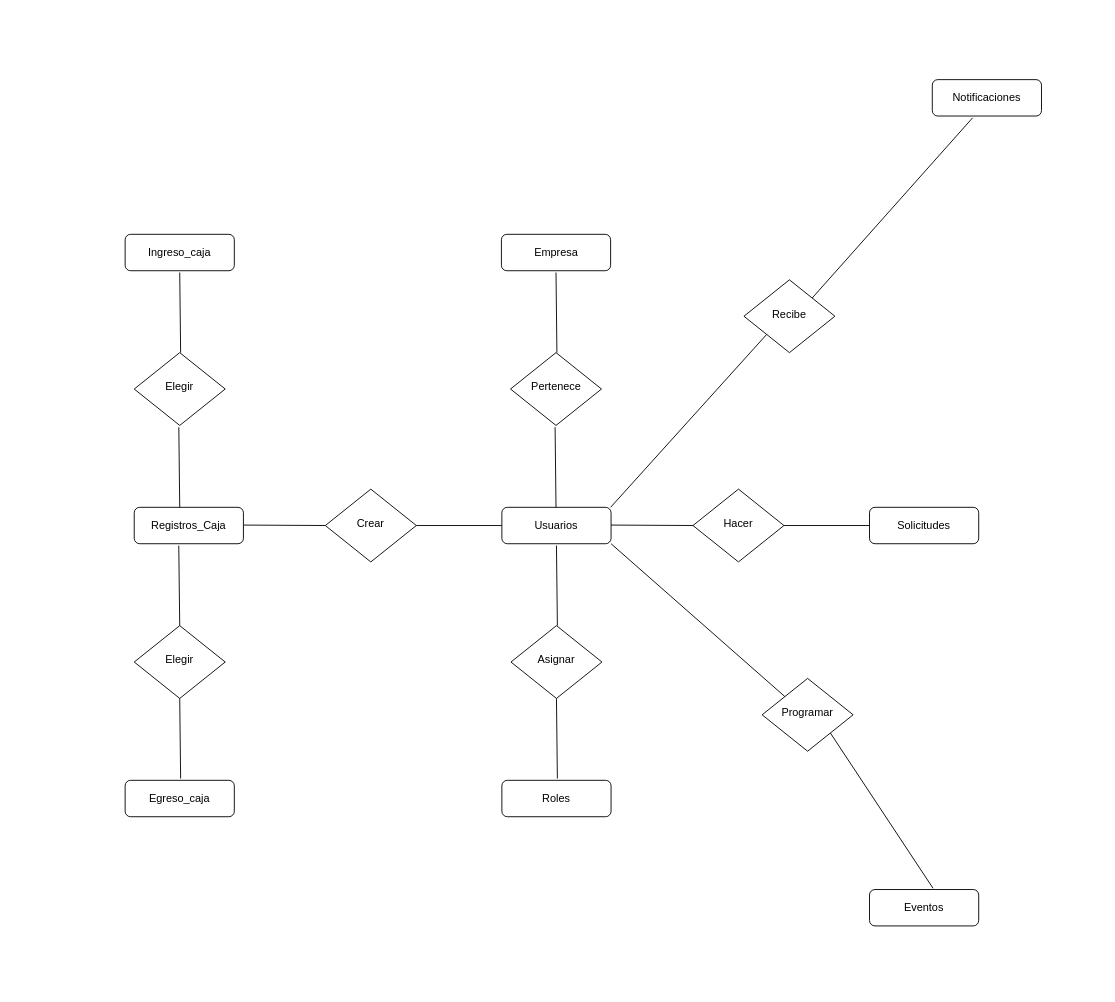
diegofernandodev/base_de_datos keeps this draw.io diagram as Diagrama MER LittleBox.drawio. Above is the earlier version. Source tidied: cells renumbered, new cells numbered last; positions are measured from the earlier drawing's top-left corner, leaving out a move shared by most shapes. Both pictures are drawn from the tidied source at 91%, with x=0, y=0 at pixel (125, 79).
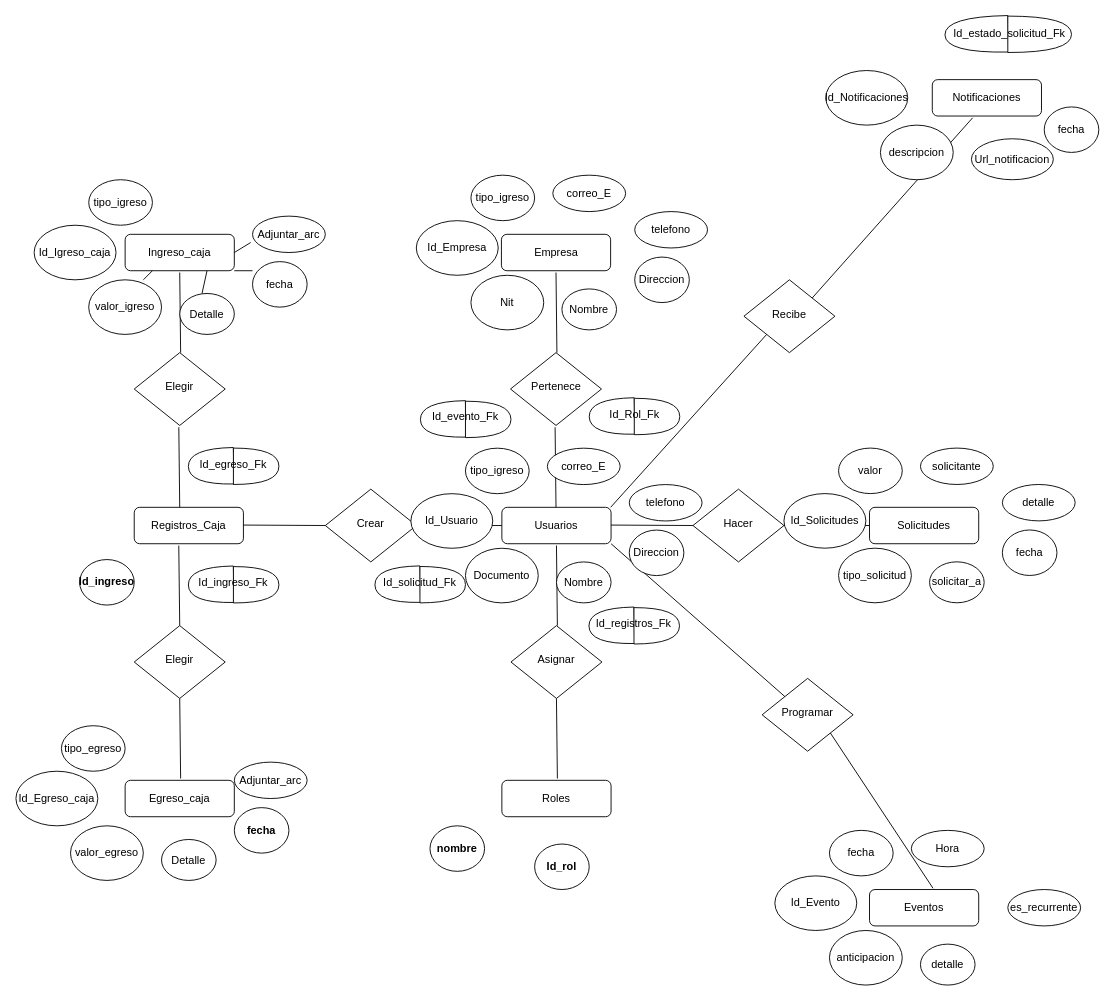
The same diagram, later.

Commit message (it also covers changes not shown here):
se modifica diagrama mer de little box

Unchanged cells that the change refers to:
```xml
<mxCell id="13" value="Ingreso_caja" style="rounded=1;whiteSpace=wrap;html=1;fontSize=12;glass=0;strokeWidth=1;shadow=0;" parent="1" vertex="1">
  <mxGeometry y="170" width="120" height="40" as="geometry" />
</mxCell>
```

The edit, as a diff of the source:
```diff
@@
+    <mxCell id="35" value="Id_Egreso_caja" style="ellipse;whiteSpace=wrap;html=1;" parent="1" vertex="1">
+      <mxGeometry x="-120" y="760" width="90" height="60" as="geometry" />
+    </mxCell>
+    <mxCell id="36" value="valor_egreso" style="ellipse;whiteSpace=wrap;html=1;" parent="1" vertex="1">
+      <mxGeometry x="-60" y="820" width="80" height="60" as="geometry" />
+    </mxCell>
+    <mxCell id="37" value="Detalle" style="ellipse;whiteSpace=wrap;html=1;" parent="1" vertex="1">
+      <mxGeometry x="40" y="835" width="60" height="45" as="geometry" />
+    </mxCell>
+    <mxCell id="38" value="fecha" style="ellipse;whiteSpace=wrap;html=1;fontStyle=1;" parent="1" vertex="1">
+      <mxGeometry x="120" y="800" width="60" height="50" as="geometry" />
+    </mxCell>
+    <mxCell id="39" value="Adjuntar_arc" style="ellipse;whiteSpace=wrap;html=1;" parent="1" vertex="1">
+      <mxGeometry x="120" y="750" width="80" height="40" as="geometry" />
+    </mxCell>
+    <mxCell id="40" value="tipo_egreso" style="ellipse;whiteSpace=wrap;html=1;" parent="1" vertex="1">
+      <mxGeometry x="-70" y="710" width="70" height="50" as="geometry" />
+    </mxCell>
+    <mxCell id="41" style="shape=or;whiteSpace=wrap;html=1;rotation=-181;" parent="1" vertex="1">
+      <mxGeometry x="69.5" y="404.7" width="49.8" height="40.1" as="geometry" />
+    </mxCell>
+    <mxCell id="42" style="shape=or;whiteSpace=wrap;html=1;" parent="1" vertex="1">
+      <mxGeometry x="119" y="404.9" width="50" height="40" as="geometry" />
+    </mxCell>
+    <mxCell id="43" value="Id_egreso_Fk" style="text;html=1;strokeColor=none;fillColor=none;align=center;verticalAlign=middle;whiteSpace=wrap;rounded=0;" parent="1" vertex="1">
+      <mxGeometry x="89" y="407.9" width="60" height="30" as="geometry" />
+    </mxCell>
+    <mxCell id="44" value="Id_Igreso_caja" style="ellipse;whiteSpace=wrap;html=1;" parent="1" vertex="1">
+      <mxGeometry x="-100" y="160" width="90" height="60" as="geometry" />
+    </mxCell>
+    <mxCell id="45" value="valor_igreso" style="ellipse;whiteSpace=wrap;html=1;" parent="1" vertex="1">
+      <mxGeometry x="-40" y="220" width="80" height="60" as="geometry" />
+    </mxCell>
+    <mxCell id="46" value="Detalle" style="ellipse;whiteSpace=wrap;html=1;" parent="1" vertex="1">
+      <mxGeometry x="60" y="235" width="60" height="45" as="geometry" />
+    </mxCell>
+    <mxCell id="47" value="fecha" style="ellipse;whiteSpace=wrap;html=1;" parent="1" vertex="1">
+      <mxGeometry x="140" y="200" width="60" height="50" as="geometry" />
+    </mxCell>
+    <mxCell id="48" value="Adjuntar_arc" style="ellipse;whiteSpace=wrap;html=1;" parent="1" vertex="1">
+      <mxGeometry x="140" y="150" width="80" height="40" as="geometry" />
+    </mxCell>
+    <mxCell id="49" value="tipo_igreso" style="ellipse;whiteSpace=wrap;html=1;" parent="1" vertex="1">
+      <mxGeometry x="-40" y="110" width="70" height="50" as="geometry" />
+    </mxCell>
+    <mxCell id="50" value="Id_Empresa" style="ellipse;whiteSpace=wrap;html=1;" parent="1" vertex="1">
+      <mxGeometry x="320" y="155" width="90" height="60" as="geometry" />
+    </mxCell>
+    <mxCell id="51" value="Nit" style="ellipse;whiteSpace=wrap;html=1;" parent="1" vertex="1">
+      <mxGeometry x="380" y="215" width="80" height="60" as="geometry" />
+    </mxCell>
+    <mxCell id="52" value="Nombre" style="ellipse;whiteSpace=wrap;html=1;" parent="1" vertex="1">
+      <mxGeometry x="480" y="230" width="60" height="45" as="geometry" />
+    </mxCell>
+    <mxCell id="53" value="Direccion" style="ellipse;whiteSpace=wrap;html=1;" parent="1" vertex="1">
+      <mxGeometry x="560" y="195" width="60" height="50" as="geometry" />
+    </mxCell>
+    <mxCell id="54" value="telefono" style="ellipse;whiteSpace=wrap;html=1;" parent="1" vertex="1">
+      <mxGeometry x="560" y="145" width="80" height="40" as="geometry" />
+    </mxCell>
+    <mxCell id="55" value="tipo_igreso" style="ellipse;whiteSpace=wrap;html=1;" parent="1" vertex="1">
+      <mxGeometry x="380" y="105" width="70" height="50" as="geometry" />
+    </mxCell>
+    <mxCell id="56" value="correo_E" style="ellipse;whiteSpace=wrap;html=1;" parent="1" vertex="1">
+      <mxGeometry x="470" y="105" width="80" height="40" as="geometry" />
+    </mxCell>
+    <mxCell id="57" value="Id_Usuario" style="ellipse;whiteSpace=wrap;html=1;" parent="1" vertex="1">
+      <mxGeometry x="314" y="455" width="90" height="60" as="geometry" />
+    </mxCell>
+    <mxCell id="58" value="Documento" style="ellipse;whiteSpace=wrap;html=1;" parent="1" vertex="1">
+      <mxGeometry x="374" y="515" width="80" height="60" as="geometry" />
+    </mxCell>
+    <mxCell id="59" value="Nombre" style="ellipse;whiteSpace=wrap;html=1;" parent="1" vertex="1">
+      <mxGeometry x="474" y="530" width="60" height="45" as="geometry" />
+    </mxCell>
+    <mxCell id="60" value="Direccion" style="ellipse;whiteSpace=wrap;html=1;" parent="1" vertex="1">
+      <mxGeometry x="554" y="495" width="60" height="50" as="geometry" />
+    </mxCell>
+    <mxCell id="61" value="telefono" style="ellipse;whiteSpace=wrap;html=1;" parent="1" vertex="1">
+      <mxGeometry x="554" y="445" width="80" height="40" as="geometry" />
+    </mxCell>
+    <mxCell id="62" value="tipo_igreso" style="ellipse;whiteSpace=wrap;html=1;" parent="1" vertex="1">
+      <mxGeometry x="374" y="405" width="70" height="50" as="geometry" />
+    </mxCell>
+    <mxCell id="63" value="correo_E" style="ellipse;whiteSpace=wrap;html=1;" parent="1" vertex="1">
+      <mxGeometry x="464" y="405" width="80" height="40" as="geometry" />
+    </mxCell>
+    <mxCell id="64" style="shape=or;whiteSpace=wrap;html=1;rotation=-181;" parent="1" vertex="1">
+      <mxGeometry x="510" y="350" width="49.8" height="40.1" as="geometry" />
+    </mxCell>
+    <mxCell id="65" style="shape=or;whiteSpace=wrap;html=1;" parent="1" vertex="1">
+      <mxGeometry x="559.5" y="350.2" width="50" height="40" as="geometry" />
+    </mxCell>
+    <mxCell id="66" value="Id_Rol_Fk" style="text;html=1;strokeColor=none;fillColor=none;align=center;verticalAlign=middle;whiteSpace=wrap;rounded=0;" parent="1" vertex="1">
+      <mxGeometry x="529.5" y="353.2" width="60" height="30" as="geometry" />
+    </mxCell>
+    <mxCell id="67" style="shape=or;whiteSpace=wrap;html=1;rotation=-181;" parent="1" vertex="1">
+      <mxGeometry x="324.5" y="353.2" width="49.8" height="40.1" as="geometry" />
+    </mxCell>
+    <mxCell id="68" style="shape=or;whiteSpace=wrap;html=1;" parent="1" vertex="1">
+      <mxGeometry x="374" y="353.4" width="50" height="40" as="geometry" />
+    </mxCell>
+    <mxCell id="69" value="Id_evento_Fk" style="text;html=1;strokeColor=none;fillColor=none;align=center;verticalAlign=middle;whiteSpace=wrap;rounded=0;" parent="1" vertex="1">
+      <mxGeometry x="344" y="356.4" width="60" height="30" as="geometry" />
+    </mxCell>
+    <mxCell id="70" style="shape=or;whiteSpace=wrap;html=1;rotation=-181;" parent="1" vertex="1">
+      <mxGeometry x="274.5" y="534.8" width="49.8" height="40.1" as="geometry" />
+    </mxCell>
+    <mxCell id="71" style="shape=or;whiteSpace=wrap;html=1;" parent="1" vertex="1">
+      <mxGeometry x="324" y="535" width="50" height="40" as="geometry" />
+    </mxCell>
+    <mxCell id="72" value="Id_solicitud_Fk" style="text;html=1;strokeColor=none;fillColor=none;align=center;verticalAlign=middle;whiteSpace=wrap;rounded=0;" parent="1" vertex="1">
+      <mxGeometry x="294" y="538" width="60" height="30" as="geometry" />
+    </mxCell>
+    <mxCell id="73" style="shape=or;whiteSpace=wrap;html=1;rotation=-181;" parent="1" vertex="1">
+      <mxGeometry x="509.7" y="580" width="49.8" height="40.1" as="geometry" />
+    </mxCell>
+    <mxCell id="74" style="shape=or;whiteSpace=wrap;html=1;" parent="1" vertex="1">
+      <mxGeometry x="559.2" y="580.2" width="50" height="40" as="geometry" />
+    </mxCell>
+    <mxCell id="75" value="Id_registros_Fk" style="text;html=1;strokeColor=none;fillColor=none;align=center;verticalAlign=middle;whiteSpace=wrap;rounded=0;" parent="1" vertex="1">
+      <mxGeometry x="529.2" y="583.2" width="60" height="30" as="geometry" />
+    </mxCell>
+    <mxCell id="76" value="Id_Solicitudes" style="ellipse;whiteSpace=wrap;html=1;" parent="1" vertex="1">
+      <mxGeometry x="724" y="454.9" width="90" height="60" as="geometry" />
+    </mxCell>
+    <mxCell id="77" value="tipo_solicitud" style="ellipse;whiteSpace=wrap;html=1;" parent="1" vertex="1">
+      <mxGeometry x="784" y="514.9" width="80" height="60" as="geometry" />
+    </mxCell>
+    <mxCell id="78" value="solicitar_a" style="ellipse;whiteSpace=wrap;html=1;" parent="1" vertex="1">
+      <mxGeometry x="884" y="529.9" width="60" height="45" as="geometry" />
+    </mxCell>
+    <mxCell id="79" value="fecha" style="ellipse;whiteSpace=wrap;html=1;" parent="1" vertex="1">
+      <mxGeometry x="964" y="494.9" width="60" height="50" as="geometry" />
+    </mxCell>
+    <mxCell id="80" value="detalle" style="ellipse;whiteSpace=wrap;html=1;" parent="1" vertex="1">
+      <mxGeometry x="964" y="444.9" width="80" height="40" as="geometry" />
+    </mxCell>
+    <mxCell id="81" value="valor" style="ellipse;whiteSpace=wrap;html=1;" parent="1" vertex="1">
+      <mxGeometry x="784" y="404.9" width="70" height="50" as="geometry" />
+    </mxCell>
+    <mxCell id="82" value="solicitante" style="ellipse;whiteSpace=wrap;html=1;" parent="1" vertex="1">
+      <mxGeometry x="874" y="404.9" width="80" height="40" as="geometry" />
+    </mxCell>
+    <mxCell id="83" value="Id_Notificaciones" style="ellipse;whiteSpace=wrap;html=1;" parent="1" vertex="1">
+      <mxGeometry x="770" y="-10" width="90" height="60" as="geometry" />
+    </mxCell>
+    <mxCell id="84" value="descripcion" style="ellipse;whiteSpace=wrap;html=1;" parent="1" vertex="1">
+      <mxGeometry x="830" y="50" width="80" height="60" as="geometry" />
+    </mxCell>
+    <mxCell id="85" value="Url_notificacion" style="ellipse;whiteSpace=wrap;html=1;" parent="1" vertex="1">
+      <mxGeometry x="930" y="65" width="90" height="45" as="geometry" />
+    </mxCell>
+    <mxCell id="86" value="fecha" style="ellipse;whiteSpace=wrap;html=1;" parent="1" vertex="1">
+      <mxGeometry x="1010" y="30" width="60" height="50" as="geometry" />
+    </mxCell>
+    <mxCell id="87" style="shape=or;whiteSpace=wrap;html=1;rotation=-181;" parent="1" vertex="1">
+      <mxGeometry x="900.9" y="-69.8" width="69.5" height="40.1" as="geometry" />
+    </mxCell>
+    <mxCell id="88" style="shape=or;whiteSpace=wrap;html=1;" parent="1" vertex="1">
+      <mxGeometry x="970" y="-69.8" width="70" height="40" as="geometry" />
+    </mxCell>
+    <mxCell id="89" value="Id_estado_solicitud_Fk" style="text;html=1;strokeColor=none;fillColor=none;align=center;verticalAlign=middle;whiteSpace=wrap;rounded=0;" parent="1" vertex="1">
+      <mxGeometry x="924" y="-64.8" width="96" height="30" as="geometry" />
+    </mxCell>
+    <mxCell id="90" value="Id_Evento" style="ellipse;whiteSpace=wrap;html=1;" parent="1" vertex="1">
+      <mxGeometry x="714" y="875" width="90" height="60" as="geometry" />
+    </mxCell>
+    <mxCell id="91" value="anticipacion" style="ellipse;whiteSpace=wrap;html=1;" parent="1" vertex="1">
+      <mxGeometry x="774" y="935" width="80" height="60" as="geometry" />
+    </mxCell>
+    <mxCell id="92" value="detalle" style="ellipse;whiteSpace=wrap;html=1;" parent="1" vertex="1">
+      <mxGeometry x="874" y="950" width="60" height="45" as="geometry" />
+    </mxCell>
+    <mxCell id="93" value="fecha" style="ellipse;whiteSpace=wrap;html=1;" parent="1" vertex="1">
+      <mxGeometry x="774" y="825" width="70" height="50" as="geometry" />
+    </mxCell>
+    <mxCell id="94" value="Hora" style="ellipse;whiteSpace=wrap;html=1;" parent="1" vertex="1">
+      <mxGeometry x="864" y="825" width="80" height="40" as="geometry" />
+    </mxCell>
+    <mxCell id="95" value="es_recurrente" style="ellipse;whiteSpace=wrap;html=1;" parent="1" vertex="1">
+      <mxGeometry x="970" y="890" width="80" height="40" as="geometry" />
+    </mxCell>
+    <mxCell id="96" value="Id_rol" style="ellipse;whiteSpace=wrap;html=1;fontStyle=1;" parent="1" vertex="1">
+      <mxGeometry x="450" y="840" width="60" height="50" as="geometry" />
+    </mxCell>
+    <mxCell id="97" value="nombre" style="ellipse;whiteSpace=wrap;html=1;fontStyle=1;" parent="1" vertex="1">
+      <mxGeometry x="335" y="820" width="60" height="50" as="geometry" />
+    </mxCell>
+    <mxCell id="98" style="endArrow=none;html=1;rounded=0;entryX=0.25;entryY=1;entryDx=0;entryDy=0;" parent="1" edge="1" target="13">
+      <mxGeometry relative="1" as="geometry">
+        <mxPoint x="20" y="220" as="sourcePoint" />
+      </mxGeometry>
+    </mxCell>
+    <mxCell id="99" style="endArrow=none;html=1;rounded=0;entryX=0.75;entryY=1;entryDx=0;entryDy=0;" parent="1" edge="1" target="13">
+      <mxGeometry relative="1" as="geometry">
+        <mxPoint x="84.5" y="235" as="sourcePoint" />
+      </mxGeometry>
+    </mxCell>
+    <mxCell id="100" style="endArrow=none;html=1;rounded=0;entryX=0;entryY=0.2;entryDx=0;entryDy=0;entryPerimeter=0;exitX=1;exitY=1;exitDx=0;exitDy=0;" parent="1" edge="1" source="13" target="47">
+      <mxGeometry relative="1" as="geometry" />
+    </mxCell>
+    <mxCell id="101" style="endArrow=none;html=1;rounded=0;entryX=-0.025;entryY=0.725;entryDx=0;entryDy=0;entryPerimeter=0;exitX=1;exitY=0.5;exitDx=0;exitDy=0;" parent="1" edge="1" source="13" target="48">
+      <mxGeometry relative="1" as="geometry" />
+    </mxCell>
+    <mxCell id="102" value="Id_ingreso" style="ellipse;whiteSpace=wrap;html=1;fontStyle=1;" parent="1" vertex="1">
+      <mxGeometry x="-50" y="527.4" width="60" height="50" as="geometry" />
+    </mxCell>
+    <mxCell id="103" style="shape=or;whiteSpace=wrap;html=1;rotation=-181;" parent="1" vertex="1">
+      <mxGeometry x="69.5" y="534.9" width="49.8" height="40.1" as="geometry" />
+    </mxCell>
+    <mxCell id="104" style="shape=or;whiteSpace=wrap;html=1;" parent="1" vertex="1">
+      <mxGeometry x="119" y="535.1" width="50" height="40" as="geometry" />
+    </mxCell>
+    <mxCell id="105" value="Id_ingreso_Fk" style="text;html=1;strokeColor=none;fillColor=none;align=center;verticalAlign=middle;whiteSpace=wrap;rounded=0;" parent="1" vertex="1">
+      <mxGeometry x="89" y="538.1" width="60" height="30" as="geometry" />
+    </mxCell>
```
